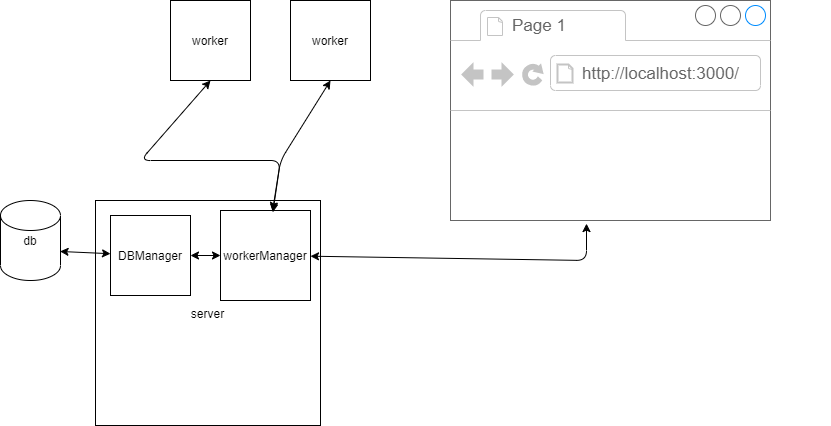
This is Documentation/WebCrawlerDiagram.png from PerachBD/WebCrawler, a draw.io export, as it was before one commit. Source tidied: cells renumbered, new cells last; positions are measured from the earlier drawing's top-left corner, leaving out a move shared by most shapes.
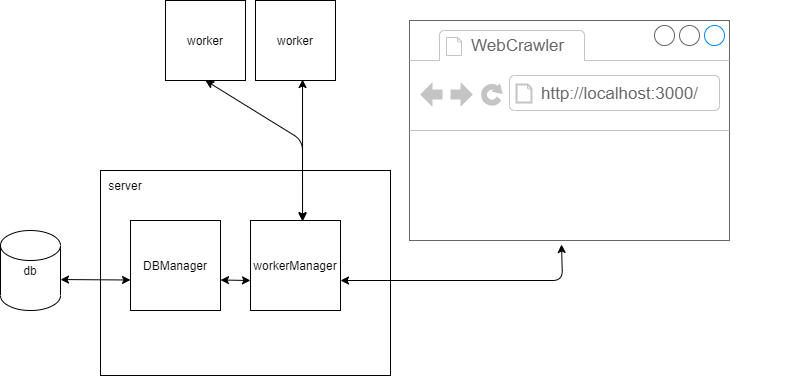
Later version of the same file.

Change to the diagram source:
```diff
@@ -2,60 +2,65 @@
   <root>
     <mxCell id="0" />
     <mxCell id="1" parent="0" />
+    <mxCell id="16" style="rounded=0;whiteSpace=wrap;html=1;" parent="1" vertex="1">
+      <mxGeometry x="60" y="210" width="290" height="205" as="geometry" />
+    </mxCell>
     <mxCell id="2" value="&lt;span style=&quot;background-color: rgb(255 , 255 , 255)&quot;&gt;db&lt;/span&gt;" style="shape=cylinder2;whiteSpace=wrap;html=1;boundedLbl=1;backgroundOutline=1;size=15;" parent="1" vertex="1">
-      <mxGeometry y="200" width="60" height="80" as="geometry" />
+      <mxGeometry x="-40" y="270" width="60" height="80" as="geometry" />
     </mxCell>
-    <mxCell id="3" value="&lt;p&gt;server&lt;/p&gt;" style="whiteSpace=wrap;html=1;" parent="1" vertex="1">
-      <mxGeometry x="95" y="200" width="225" height="225" as="geometry" />
-    </mxCell>
     <mxCell id="4" value="worker" style="whiteSpace=wrap;html=1;" parent="1" vertex="1">
-      <mxGeometry x="290" width="80" height="80" as="geometry" />
+      <mxGeometry x="215" y="40" width="80" height="80" as="geometry" />
     </mxCell>
-    <mxCell id="5" value="worker" style="whiteSpace=wrap;html=1;" parent="1" vertex="1">
-      <mxGeometry x="170" width="80" height="80" as="geometry" />
-    </mxCell>
     <mxCell id="6" style="strokeWidth=1;shadow=0;dashed=0;align=center;html=1;shape=mxgraph.mockup.containers.browserWindow;rSize=0;strokeColor=#666666;strokeColor2=#008cff;strokeColor3=#c4c4c4;mainText=,;" parent="1" vertex="1">
-      <mxGeometry x="450" width="320" height="220" as="geometry" />
+      <mxGeometry x="369" y="60" width="320" height="220" as="geometry" />
     </mxCell>
-    <mxCell id="7" value="Page 1" style="strokeWidth=1;shadow=0;dashed=0;align=center;html=1;shape=mxgraph.mockup.containers.anchor;fontSize=17;fontColor=#666666;align=left;" parent="6" vertex="1">
+    <mxCell id="7" value="WebCrawler" style="strokeWidth=1;shadow=0;dashed=0;align=center;html=1;shape=mxgraph.mockup.containers.anchor;fontSize=17;fontColor=#666666;align=left;" parent="6" vertex="1">
       <mxGeometry x="60" y="12" width="110" height="26" as="geometry" />
     </mxCell>
     <mxCell id="8" value="&lt;a href=&quot;http://localhost:3000/&quot;&gt;http://localhost:3000/&lt;/a&gt;" style="strokeWidth=1;shadow=0;dashed=0;align=center;html=1;shape=mxgraph.mockup.containers.anchor;rSize=0;fontSize=17;fontColor=#666666;align=left;" parent="6" vertex="1">
       <mxGeometry x="130" y="60" width="250" height="26" as="geometry" />
     </mxCell>
-    <mxCell id="9" style="endArrow=classic;startArrow=classic;html=1;exitX=0.993;exitY=0.637;exitDx=0;exitDy=0;exitPerimeter=0;" parent="1" edge="1" source="2" target="11">
-      <mxGeometry relative="1" as="geometry" />
+    <mxCell id="9" style="endArrow=classic;startArrow=classic;html=1;exitX=1;exitY=0.588;exitDx=0;exitDy=0;exitPerimeter=0;entryX=0;entryY=0.75;entryDx=0;entryDy=0;" parent="1" edge="1">
+      <mxGeometry relative="1" as="geometry">
+        <mxPoint x="20" y="319" as="sourcePoint" />
+        <mxPoint x="90" y="319.5" as="targetPoint" />
+      </mxGeometry>
     </mxCell>
     <mxCell id="10" value="workerManager" style="whiteSpace=wrap;html=1;" parent="1" vertex="1">
-      <mxGeometry x="220" y="210" width="90" height="90" as="geometry" />
+      <mxGeometry x="210" y="260" width="90" height="90" as="geometry" />
     </mxCell>
     <mxCell id="11" value="DBManager" style="whiteSpace=wrap;html=1;" parent="1" vertex="1">
-      <mxGeometry x="110" y="215" width="80" height="80" as="geometry" />
+      <mxGeometry x="90" y="260" width="90" height="90" as="geometry" />
     </mxCell>
+    <mxCell id="3" value="server" style="text;html=1;strokeColor=none;fillColor=none;align=center;verticalAlign=middle;whiteSpace=wrap;rounded=0;" parent="1" vertex="1">
+      <mxGeometry x="65" y="215" width="40" height="20" as="geometry" />
+    </mxCell>
+    <mxCell id="17" style="endArrow=classic;startArrow=classic;html=1;entryX=0.475;entryY=1.018;entryDx=0;entryDy=0;entryPerimeter=0;" parent="1" edge="1" target="6">
+      <mxGeometry relative="1" as="geometry">
+        <mxPoint x="300" y="320" as="sourcePoint" />
+        <Array as="points">
+          <mxPoint x="522" y="320" />
+        </Array>
+      </mxGeometry>
+    </mxCell>
+    <mxCell id="18" style="endArrow=classic;startArrow=classic;html=1;exitX=1;exitY=0.75;exitDx=0;exitDy=0;" parent="1" edge="1">
+      <mxGeometry relative="1" as="geometry">
+        <mxPoint x="180" y="319.5" as="sourcePoint" />
+        <mxPoint x="210" y="320" as="targetPoint" />
+      </mxGeometry>
+    </mxCell>
+    <mxCell id="5" value="worker" style="whiteSpace=wrap;html=1;" parent="1" vertex="1">
+      <mxGeometry x="125" y="40" width="80" height="80" as="geometry" />
+    </mxCell>
+    <mxCell id="13" style="endArrow=classic;startArrow=classic;html=1;entryX=0.5;entryY=1;entryDx=0;entryDy=0;exitX=0.578;exitY=0;exitDx=0;exitDy=0;exitPerimeter=0;" parent="1" edge="1" source="10" target="5">
+      <mxGeometry relative="1" as="geometry">
+        <Array as="points">
+          <mxPoint x="262" y="180" />
+        </Array>
+      </mxGeometry>
+    </mxCell>
-    <mxCell id="12" style="endArrow=classic;startArrow=classic;html=1;entryX=0.5;entryY=1;entryDx=0;entryDy=0;" parent="1" edge="1" source="10" target="4">
-      <mxGeometry relative="1" as="geometry">
-        <Array as="points">
-          <mxPoint x="280" y="160" />
-        </Array>
-      </mxGeometry>
+    <mxCell id="12" style="endArrow=classic;startArrow=classic;html=1;exitX=0.578;exitY=0.011;exitDx=0;exitDy=0;exitPerimeter=0;entryX=0.588;entryY=0.988;entryDx=0;entryDy=0;entryPerimeter=0;" parent="1" edge="1" source="10" target="4">
+      <mxGeometry relative="1" as="geometry" />
     </mxCell>
-    <mxCell id="13" style="endArrow=classic;startArrow=classic;html=1;entryX=0.5;entryY=1;entryDx=0;entryDy=0;exitX=0.582;exitY=0.02;exitDx=0;exitDy=0;exitPerimeter=0;" parent="1" edge="1" source="10" target="5">
-      <mxGeometry relative="1" as="geometry">
-        <Array as="points">
-          <mxPoint x="280" y="160" />
-          <mxPoint x="140" y="160" />
-        </Array>
-      </mxGeometry>
-    </mxCell>
-    <mxCell id="14" style="endArrow=classic;startArrow=classic;html=1;entryX=0.425;entryY=1.014;entryDx=0;entryDy=0;entryPerimeter=0;" parent="1" edge="1" source="10" target="6">
-      <mxGeometry relative="1" as="geometry">
-        <Array as="points">
-          <mxPoint x="586" y="260" />
-        </Array>
-      </mxGeometry>
-    </mxCell>
-    <mxCell id="15" style="endArrow=classic;startArrow=classic;html=1;" parent="1" edge="1" source="10" target="11">
-      <mxGeometry relative="1" as="geometry" />
-    </mxCell>
   </root>
 </mxGraphModel>
```
